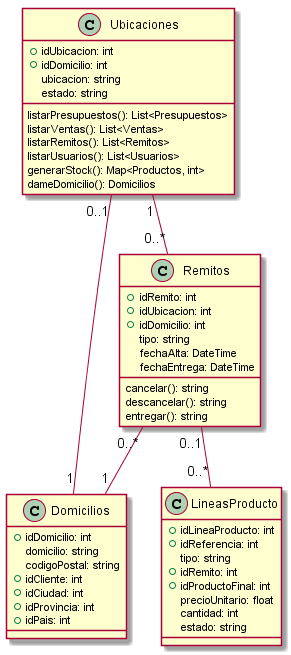
The PlantUML diagram Informe Final/Imagenes/DiagramaClases/Vistas/vistaEntregas.png in ZMGestion/DocumentacionZMGestion, before a commit.
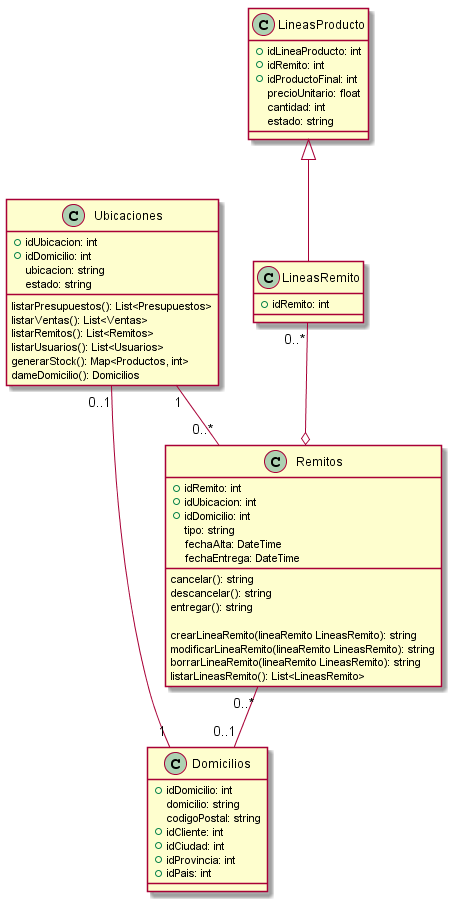
The same file after the commit.

The edit, as a diff of the source:
```diff
@@ -23,13 +23,14 @@
 }
 class LineasProducto{
     +idLineaProducto: int
-    +idReferencia: int
-    tipo: string
     +idRemito: int
     +idProductoFinal: int
     precioUnitario: float
     cantidad: int
     estado: string
+}
+class LineasRemito{
+    +idRemito: int
 }
 class Remitos{
     +idRemito: int
@@ -41,10 +42,16 @@
     cancelar(): string
     descancelar(): string
     entregar(): string
+
+    crearLineaRemito(lineaRemito LineasRemito): string
+    modificarLineaRemito(lineaRemito LineasRemito): string
+    borrarLineaRemito(lineaRemito LineasRemito): string
+    listarLineasRemito(): List<LineasRemito>
 }
 
+LineasProducto <|-- LineasRemito
+LineasRemito "0..*"--o Remitos
 Ubicaciones "0..1"--"1" Domicilios
-Remitos "0..*"--"1" Domicilios
+Remitos "0..*"--"0..1" Domicilios
 Ubicaciones "1"--"0..*" Remitos
-Remitos "0..1"--"0..*" LineasProducto
 @enduml
```
